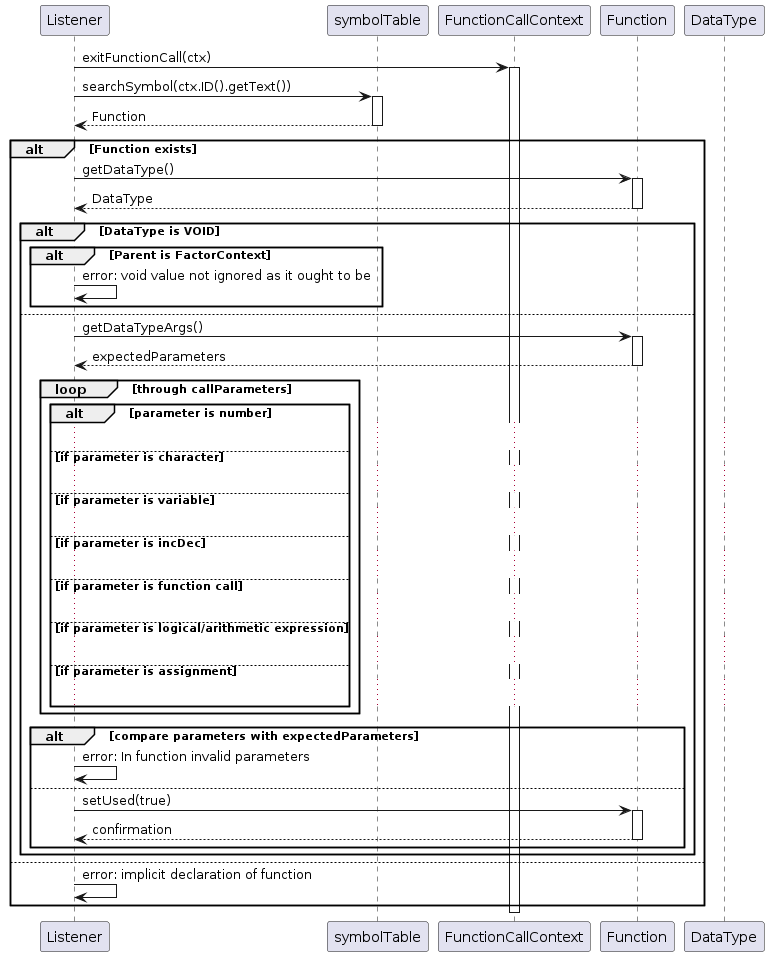
Before: img/sequence.png, a diagram exported from PlantUML (francabrera0/PyCdeCompiladores2023).
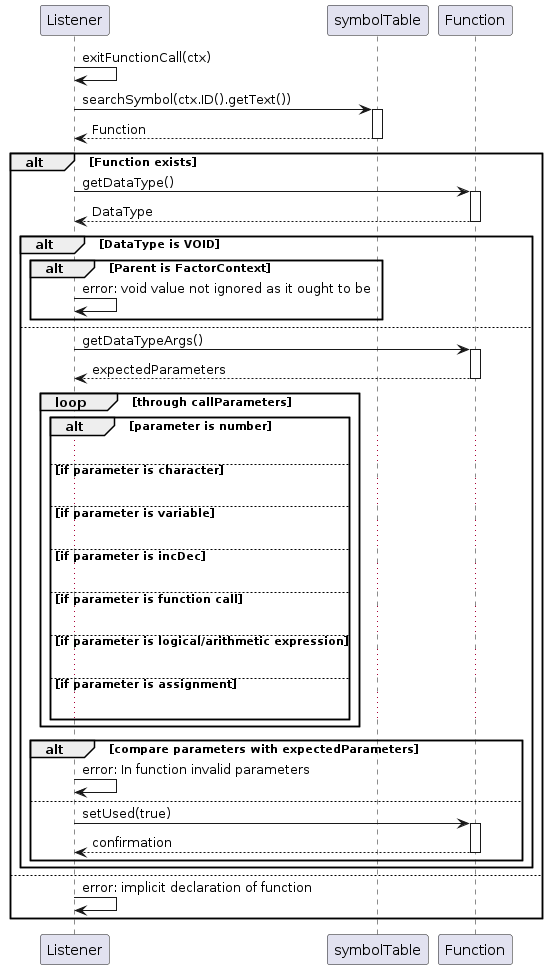
Later version of the same file.

What changed in the source:
```diff
@@ -1,12 +1,9 @@
 @startuml sequence
 participant Listener
 participant symbolTable
-participant FunctionCallContext
 participant Function
-participant DataType
 
-Listener -> FunctionCallContext: exitFunctionCall(ctx)
-activate FunctionCallContext
+Listener -> Listener: exitFunctionCall(ctx)
 Listener -> symbolTable: searchSymbol(ctx.ID().getText())
 activate symbolTable
 symbolTable --> Listener: Function
@@ -54,5 +51,4 @@
 else
     Listener -> Listener: error: implicit declaration of function
 end
-deactivate FunctionCallContext
 @enduml
```
